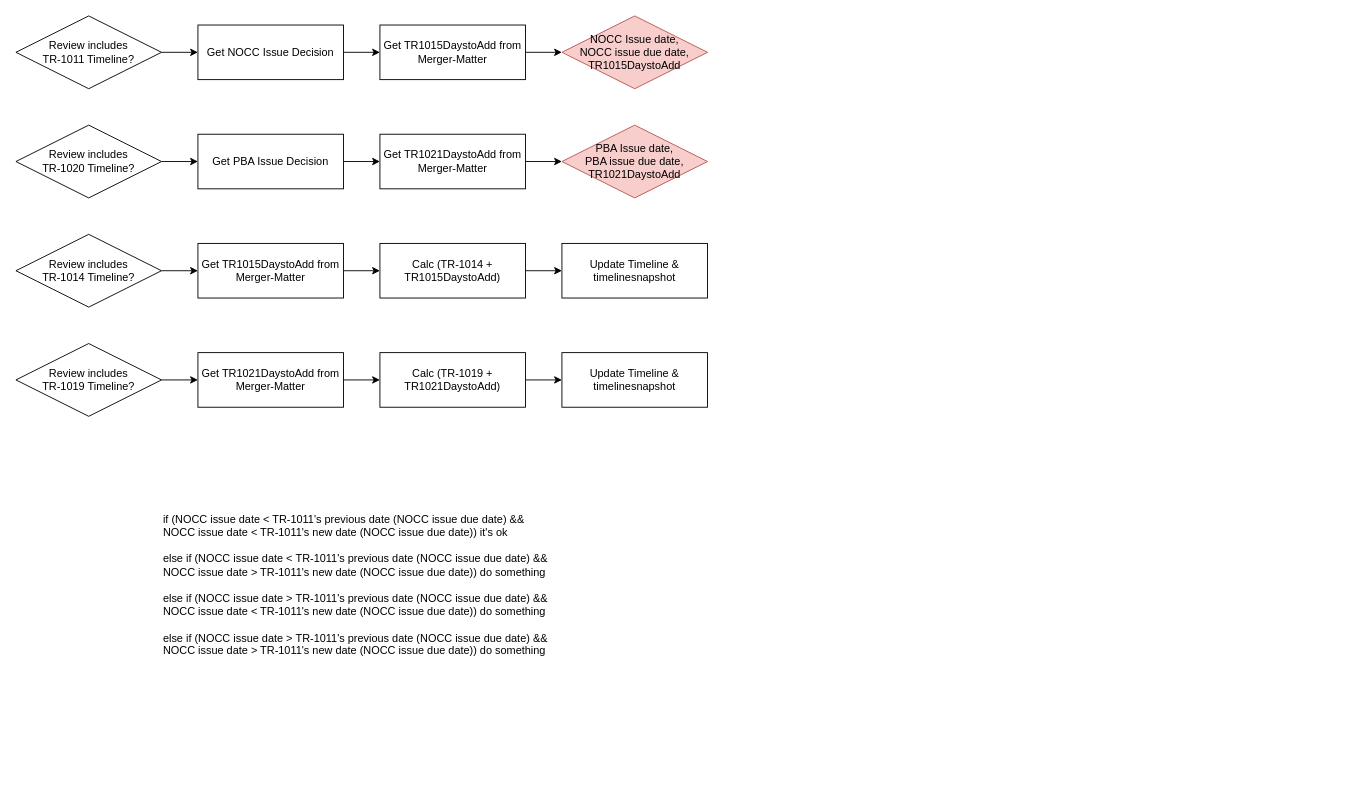
The draw.io diagram page "Review" (20 of 20) of Merger.drawio in danieldotskc/helloworld, before the edit. Source tidied: cells renumbered, new cells numbered last; positions are measured from the earlier drawing's top-left corner, leaving out a move shared by most shapes. Both pictures are drawn from the tidied source at 91%, with x=0, y=0 at pixel (15, 15).
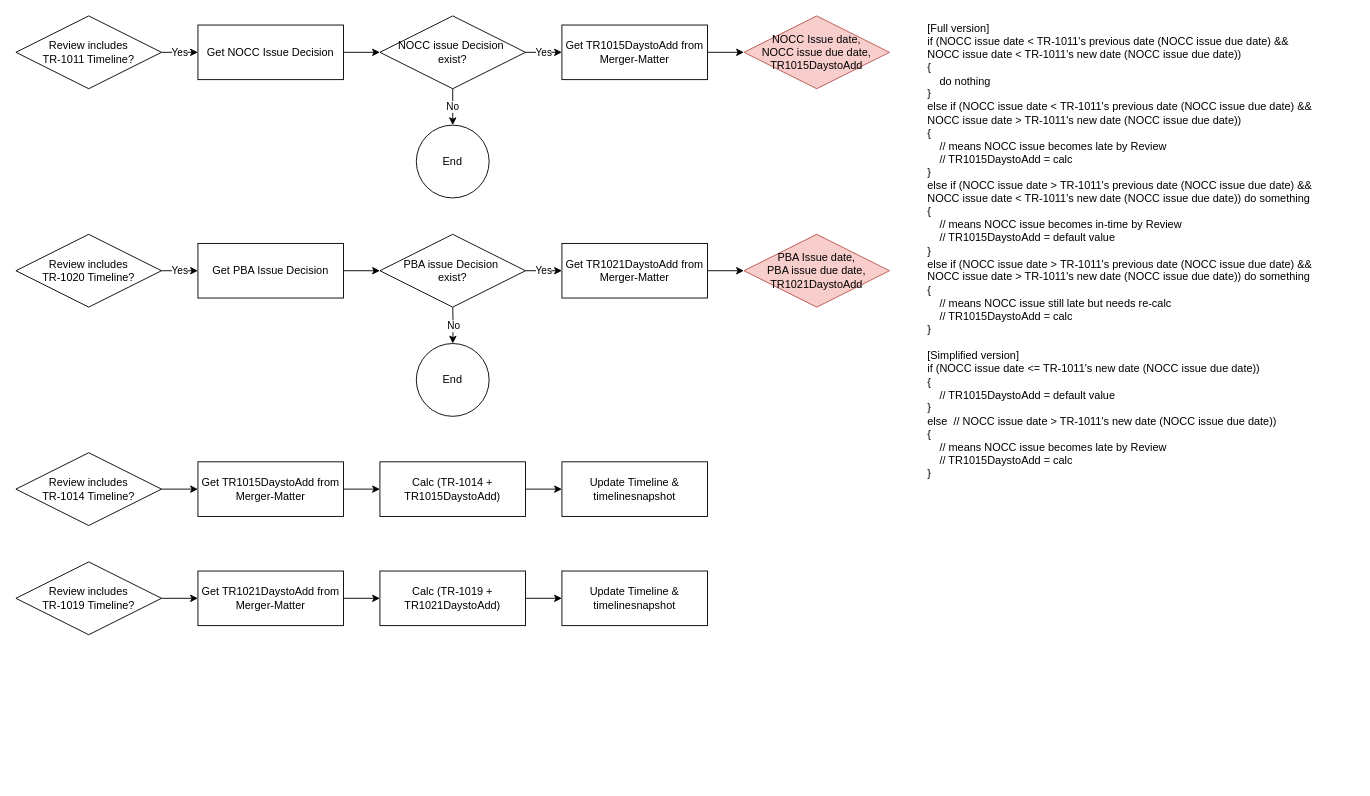
The same page after the edit.

The change refers to these unchanged cells:
```xml
<mxCell id="3" value="Review includes&lt;div&gt;TR-1011 Timeline?&lt;/div&gt;" style="rhombus;whiteSpace=wrap;html=1;" parent="1" vertex="1">
  <mxGeometry width="160" height="80" as="geometry" />
</mxCell>
<mxCell id="8" value="Get NOCC Issue Decision" style="whiteSpace=wrap;html=1;" parent="1" vertex="1">
  <mxGeometry x="200" y="10" width="160" height="60" as="geometry" />
</mxCell>
```

Change to the diagram source:
```diff
@@
-    <mxCell id="2" style="edgeStyle=orthogonalEdgeStyle;rounded=0;jettySize=auto;html=1;entryX=0;entryY=0.5;entryDx=0;entryDy=0;" parent="1" edge="1" source="3" target="8">
+    <mxCell id="2" value="Yes" style="edgeStyle=orthogonalEdgeStyle;rounded=0;jettySize=auto;html=1;entryX=0;entryY=0.5;entryDx=0;entryDy=0;" parent="1" edge="1" source="3" target="8">
       <mxGeometry relative="1" as="geometry" />
     </mxCell>
@@
-    <mxCell id="4" style="edgeStyle=orthogonalEdgeStyle;rounded=0;jettySize=auto;html=1;entryX=0;entryY=0.5;entryDx=0;entryDy=0;" parent="1" edge="1" source="5" target="10">
+    <mxCell id="4" value="Yes" style="edgeStyle=orthogonalEdgeStyle;rounded=0;jettySize=auto;html=1;entryX=0;entryY=0.5;entryDx=0;entryDy=0;" parent="1" edge="1" source="5" target="10">
       <mxGeometry relative="1" as="geometry" />
     </mxCell>
     <mxCell id="5" value="Review includes&lt;div&gt;TR-1020 Timeline?&lt;/div&gt;" style="rhombus;whiteSpace=wrap;html=1;" parent="1" vertex="1">
-      <mxGeometry y="120" width="160" height="80" as="geometry" />
+      <mxGeometry y="240" width="160" height="80" as="geometry" />
     </mxCell>
     <mxCell id="6" value="Review includes&lt;div&gt;TR-1014 Timeline?&lt;/div&gt;" style="rhombus;whiteSpace=wrap;html=1;" parent="1" vertex="1">
-      <mxGeometry y="240" width="160" height="80" as="geometry" />
+      <mxGeometry y="480" width="160" height="80" as="geometry" />
     </mxCell>
     <mxCell id="7" value="Review includes&lt;div&gt;TR-1019 Timeline?&lt;/div&gt;" style="rhombus;whiteSpace=wrap;html=1;" parent="1" vertex="1">
-      <mxGeometry y="360" width="160" height="80" as="geometry" />
+      <mxGeometry y="600" width="160" height="80" as="geometry" />
     </mxCell>
@@
-    <mxCell id="9" style="edgeStyle=orthogonalEdgeStyle;rounded=0;jettySize=auto;html=1;" parent="1" edge="1" source="10" target="14">
+    <mxCell id="9" style="edgeStyle=orthogonalEdgeStyle;rounded=0;jettySize=auto;html=1;entryX=0;entryY=0.5;entryDx=0;entryDy=0;" parent="1" edge="1" source="10" target="33">
       <mxGeometry relative="1" as="geometry" />
     </mxCell>
     <mxCell id="10" value="Get PBA Issue Decision" style="whiteSpace=wrap;html=1;" parent="1" vertex="1">
-      <mxGeometry x="200" y="130" width="160" height="60" as="geometry" />
+      <mxGeometry x="200" y="250" width="160" height="60" as="geometry" />
     </mxCell>
@@
     <mxCell id="12" value="Get TR1015DaystoAdd from Merger-Matter" style="whiteSpace=wrap;html=1;" parent="1" vertex="1">
-      <mxGeometry x="200" y="250" width="160" height="60" as="geometry" />
+      <mxGeometry x="200" y="490" width="160" height="60" as="geometry" />
     </mxCell>
@@
     <mxCell id="14" value="Get TR1021DaystoAdd from Merger-Matter" style="whiteSpace=wrap;html=1;" parent="1" vertex="1">
-      <mxGeometry x="400" y="130" width="160" height="60" as="geometry" />
+      <mxGeometry x="600" y="250" width="160" height="60" as="geometry" />
     </mxCell>
     <mxCell id="15" value="NOCC Issue date,&lt;div&gt;NOCC issue due date,&lt;/div&gt;&lt;div&gt;TR1015DaystoAdd&lt;/div&gt;" style="rhombus;whiteSpace=wrap;html=1;fillColor=#f8cecc;strokeColor=#b85450;" parent="1" vertex="1">
-      <mxGeometry x="600" width="160" height="80" as="geometry" />
+      <mxGeometry x="800" width="160" height="80" as="geometry" />
     </mxCell>
     <mxCell id="16" value="PBA Issue date,&lt;div&gt;PBA issue due date,&lt;/div&gt;&lt;div&gt;TR1021DaystoAdd&lt;/div&gt;" style="rhombus;whiteSpace=wrap;html=1;fillColor=#f8cecc;strokeColor=#b85450;" parent="1" vertex="1">
-      <mxGeometry x="600" y="120" width="160" height="80" as="geometry" />
+      <mxGeometry x="800" y="240" width="160" height="80" as="geometry" />
     </mxCell>
     <mxCell id="17" value="Get TR1015DaystoAdd from Merger-Matter" style="whiteSpace=wrap;html=1;" parent="1" vertex="1">
-      <mxGeometry x="400" y="10" width="160" height="60" as="geometry" />
+      <mxGeometry x="600" y="10" width="160" height="60" as="geometry" />
     </mxCell>
@@
-    <mxCell id="19" style="edgeStyle=orthogonalEdgeStyle;rounded=0;jettySize=auto;html=1;exitX=1;exitY=0.5;exitDx=0;exitDy=0;entryX=0;entryY=0.5;entryDx=0;entryDy=0;" parent="1" edge="1" source="8" target="17">
+    <mxCell id="19" style="edgeStyle=orthogonalEdgeStyle;rounded=0;jettySize=auto;html=1;exitX=1;exitY=0.5;exitDx=0;exitDy=0;entryX=0;entryY=0.5;entryDx=0;entryDy=0;" parent="1" edge="1" source="8" target="31">
       <mxGeometry relative="1" as="geometry" />
     </mxCell>
@@
     <mxCell id="22" value="Calc (TR-1014 + TR1015DaystoAdd)" style="whiteSpace=wrap;html=1;" parent="1" vertex="1">
-      <mxGeometry x="400" y="250" width="160" height="60" as="geometry" />
+      <mxGeometry x="400" y="490" width="160" height="60" as="geometry" />
     </mxCell>
     <mxCell id="23" value="Update Timeline &amp;amp; timelinesnapshot" style="whiteSpace=wrap;html=1;" parent="1" vertex="1">
-      <mxGeometry x="600" y="250" width="160" height="60" as="geometry" />
+      <mxGeometry x="600" y="490" width="160" height="60" as="geometry" />
     </mxCell>
@@
     <mxCell id="25" value="Get TR1021DaystoAdd from Merger-Matter" style="whiteSpace=wrap;html=1;" parent="1" vertex="1">
-      <mxGeometry x="200" y="370" width="160" height="60" as="geometry" />
+      <mxGeometry x="200" y="610" width="160" height="60" as="geometry" />
     </mxCell>
@@
     <mxCell id="28" value="Calc (TR-1019 + TR1021DaystoAdd)" style="whiteSpace=wrap;html=1;" parent="1" vertex="1">
-      <mxGeometry x="400" y="370" width="160" height="60" as="geometry" />
+      <mxGeometry x="400" y="610" width="160" height="60" as="geometry" />
     </mxCell>
     <mxCell id="29" value="Update Timeline &amp;amp; timelinesnapshot" style="whiteSpace=wrap;html=1;" parent="1" vertex="1">
-      <mxGeometry x="600" y="370" width="160" height="60" as="geometry" />
+      <mxGeometry x="600" y="610" width="160" height="60" as="geometry" />
     </mxCell>
-    <mxCell id="30" value="if (NOCC issue date &amp;lt; TR-1011's previous date (NOCC issue due date) &amp;amp;&amp;amp;&lt;div&gt;NOCC issue date &amp;lt; TR-1011's new date (NOCC issue due date)) it's ok&lt;/div&gt;&lt;div&gt;&lt;br&gt;&lt;/div&gt;&lt;div&gt;else if (&lt;span style=&quot;background-color: transparent; color: light-dark(rgb(0, 0, 0), rgb(255, 255, 255));&quot;&gt;NOCC issue date &amp;lt;&amp;nbsp;&lt;/span&gt;&lt;span style=&quot;background-color: transparent; color: light-dark(rgb(0, 0, 0), rgb(255, 255, 255));&quot;&gt;TR-1011's previous date (NOCC issue due date) &amp;amp;&amp;amp;&lt;/span&gt;&lt;/div&gt;&lt;div&gt;NOCC issue date &amp;gt; TR-1011's new date (NOCC issue due date)) do something&lt;/div&gt;&lt;div&gt;&lt;br&gt;&lt;/div&gt;&lt;div&gt;&lt;div&gt;else if (&lt;span style=&quot;background-color: transparent; color: light-dark(rgb(0, 0, 0), rgb(255, 255, 255));&quot;&gt;NOCC issue date &amp;gt;&amp;nbsp;&lt;/span&gt;&lt;span style=&quot;background-color: transparent; color: light-dark(rgb(0, 0, 0), rgb(255, 255, 255));&quot;&gt;TR-1011's previous date (NOCC issue due date) &amp;amp;&amp;amp;&lt;/span&gt;&lt;/div&gt;&lt;div&gt;NOCC issue date &amp;lt; TR-1011's new date (NOCC issue due date)) do something&lt;/div&gt;&lt;/div&gt;&lt;div&gt;&lt;br&gt;&lt;/div&gt;&lt;div&gt;&lt;div&gt;else if (&lt;span style=&quot;background-color: transparent; color: light-dark(rgb(0, 0, 0), rgb(255, 255, 255));&quot;&gt;NOCC issue date &amp;gt;&amp;nbsp;&lt;/span&gt;&lt;span style=&quot;background-color: transparent; color: light-dark(rgb(0, 0, 0), rgb(255, 255, 255));&quot;&gt;TR-1011's previous date (NOCC issue due date) &amp;amp;&amp;amp;&lt;/span&gt;&lt;/div&gt;&lt;div&gt;NOCC issue date &amp;gt; TR-1011's new date (NOCC issue due date)) do something&lt;/div&gt;&lt;/div&gt;" style="text;html=1;align=left;verticalAlign=top;whiteSpace=wrap;rounded=0;" parent="1" vertex="1">
-      <mxGeometry x="160" y="540" width="470" height="300" as="geometry" />
+    <mxCell id="30" value="&lt;div&gt;[Full version]&lt;/div&gt;if (NOCC issue date &amp;lt; TR-1011's previous date (NOCC issue due date) &amp;amp;&amp;amp;&lt;div&gt;NOCC issue date &amp;lt; TR-1011's new date (NOCC issue due date))&lt;/div&gt;&lt;div&gt;{&amp;nbsp;&lt;/div&gt;&lt;div&gt;&amp;nbsp; &amp;nbsp; do nothing&lt;/div&gt;&lt;div&gt;}&lt;/div&gt;&lt;div&gt;else if (&lt;span style=&quot;background-color: transparent; color: light-dark(rgb(0, 0, 0), rgb(255, 255, 255));&quot;&gt;NOCC issue date &amp;lt;&amp;nbsp;&lt;/span&gt;&lt;span style=&quot;background-color: transparent; color: light-dark(rgb(0, 0, 0), rgb(255, 255, 255));&quot;&gt;TR-1011's previous date (NOCC issue due date) &amp;amp;&amp;amp;&lt;/span&gt;&lt;/div&gt;&lt;div&gt;NOCC issue date &amp;gt; TR-1011's new date (NOCC issue due date))&amp;nbsp;&lt;/div&gt;&lt;div&gt;{&lt;/div&gt;&lt;div&gt;&amp;nbsp; &amp;nbsp; // means NOCC issue becomes late by Review&lt;/div&gt;&lt;div&gt;&amp;nbsp; &amp;nbsp; // TR1015DaystoAdd = calc&lt;/div&gt;&lt;div&gt;}&lt;/div&gt;&lt;div&gt;&lt;div&gt;else if (&lt;span style=&quot;background-color: transparent; color: light-dark(rgb(0, 0, 0), rgb(255, 255, 255));&quot;&gt;NOCC issue date &amp;gt;&amp;nbsp;&lt;/span&gt;&lt;span style=&quot;background-color: transparent; color: light-dark(rgb(0, 0, 0), rgb(255, 255, 255));&quot;&gt;TR-1011's previous date (NOCC issue due date) &amp;amp;&amp;amp;&lt;/span&gt;&lt;/div&gt;&lt;div&gt;NOCC issue date &amp;lt; TR-1011's new date (NOCC issue due date)) do something&lt;/div&gt;&lt;/div&gt;&lt;div&gt;&lt;div&gt;{&lt;/div&gt;&lt;div&gt;&amp;nbsp; &amp;nbsp; // means NOCC issue becomes in-time by Review&lt;/div&gt;&lt;div&gt;&amp;nbsp; &amp;nbsp; // TR1015DaystoAdd = default value&lt;/div&gt;&lt;div&gt;}&lt;/div&gt;&lt;div&gt;&lt;/div&gt;&lt;/div&gt;&lt;div&gt;&lt;div&gt;else if (&lt;span style=&quot;background-color: transparent; color: light-dark(rgb(0, 0, 0), rgb(255, 255, 255));&quot;&gt;NOCC issue date &amp;gt;&amp;nbsp;&lt;/span&gt;&lt;span style=&quot;background-color: transparent; color: light-dark(rgb(0, 0, 0), rgb(255, 255, 255));&quot;&gt;TR-1011's previous date (NOCC issue due date) &amp;amp;&amp;amp;&lt;/span&gt;&lt;/div&gt;&lt;div&gt;NOCC issue date &amp;gt; TR-1011's new date (NOCC issue due date)) do something&lt;/div&gt;&lt;/div&gt;&lt;div&gt;{&lt;/div&gt;&lt;div&gt;&amp;nbsp; &amp;nbsp;&amp;nbsp;&lt;span style=&quot;background-color: transparent; color: light-dark(rgb(0, 0, 0), rgb(255, 255, 255));&quot;&gt;// means NOCC issue still late but needs re-calc&lt;/span&gt;&lt;/div&gt;&lt;div&gt;&amp;nbsp; &amp;nbsp; // TR1015DaystoAdd = calc&lt;/div&gt;&lt;div&gt;}&lt;/div&gt;&lt;div&gt;&lt;br&gt;&lt;/div&gt;&lt;div&gt;[Simplified version]&lt;/div&gt;&lt;div&gt;if (&lt;span style=&quot;background-color: transparent; color: light-dark(rgb(0, 0, 0), rgb(255, 255, 255));&quot;&gt;NOCC issue date &amp;lt;= TR-1011's new date (NOCC issue due date))&lt;/span&gt;&lt;div&gt;{&amp;nbsp;&lt;/div&gt;&lt;div&gt;&amp;nbsp; &amp;nbsp;&amp;nbsp;&lt;span style=&quot;background-color: transparent; color: light-dark(rgb(0, 0, 0), rgb(255, 255, 255));&quot;&gt;// TR1015DaystoAdd = default value&lt;/span&gt;&lt;/div&gt;&lt;div&gt;}&lt;/div&gt;&lt;div&gt;else&amp;nbsp; //&amp;nbsp;&lt;span style=&quot;background-color: transparent; color: light-dark(rgb(0, 0, 0), rgb(255, 255, 255));&quot;&gt;NOCC issue date &amp;gt; TR-1011's new date (NOCC issue due date))&amp;nbsp;&lt;/span&gt;&lt;/div&gt;&lt;div&gt;{&lt;/div&gt;&lt;div&gt;&amp;nbsp; &amp;nbsp; // means NOCC issue becomes late by Review&lt;/div&gt;&lt;div&gt;&amp;nbsp; &amp;nbsp; // TR1015DaystoAdd = calc&lt;/div&gt;&lt;div&gt;}&lt;/div&gt;&lt;/div&gt;" style="text;html=1;align=left;verticalAlign=top;whiteSpace=wrap;rounded=0;" parent="1" vertex="1">
+      <mxGeometry x="1000" width="470" height="520" as="geometry" />
     </mxCell>
+    <mxCell id="31" value="NOCC issue Decision&amp;nbsp;&lt;div&gt;exist?&lt;/div&gt;" style="rhombus;whiteSpace=wrap;html=1;" parent="1" vertex="1">
+      <mxGeometry x="400" width="160" height="80" as="geometry" />
+    </mxCell>
+    <mxCell id="32" value="Yes" style="edgeStyle=orthogonalEdgeStyle;rounded=0;jettySize=auto;html=1;exitX=1;exitY=0.5;exitDx=0;exitDy=0;entryX=0;entryY=0.5;entryDx=0;entryDy=0;" parent="1" edge="1" source="31" target="17">
+      <mxGeometry relative="1" as="geometry" />
+    </mxCell>
+    <mxCell id="33" value="PBA issue Decision&amp;nbsp;&lt;div&gt;exist?&lt;/div&gt;" style="rhombus;whiteSpace=wrap;html=1;" parent="1" vertex="1">
+      <mxGeometry x="400" y="240" width="160" height="80" as="geometry" />
+    </mxCell>
+    <mxCell id="34" value="Yes" style="edgeStyle=orthogonalEdgeStyle;rounded=0;jettySize=auto;html=1;exitX=1;exitY=0.5;exitDx=0;exitDy=0;entryX=0;entryY=0.5;entryDx=0;entryDy=0;" parent="1" edge="1" source="33" target="14">
+      <mxGeometry relative="1" as="geometry" />
+    </mxCell>
+    <mxCell id="35" value="End" style="ellipse;whiteSpace=wrap;html=1;" parent="1" vertex="1">
+      <mxGeometry x="440" y="120" width="80" height="80" as="geometry" />
+    </mxCell>
+    <mxCell id="36" value="No" style="edgeStyle=orthogonalEdgeStyle;rounded=0;jettySize=auto;html=1;exitX=0.5;exitY=1;exitDx=0;exitDy=0;" parent="1" edge="1" source="31">
+      <mxGeometry relative="1" as="geometry">
+        <mxPoint x="480" y="120" as="targetPoint" />
+      </mxGeometry>
+    </mxCell>
+    <mxCell id="37" value="End" style="ellipse;whiteSpace=wrap;html=1;" parent="1" vertex="1">
+      <mxGeometry x="440" y="360" width="80" height="80" as="geometry" />
+    </mxCell>
+    <mxCell id="38" value="No" style="edgeStyle=orthogonalEdgeStyle;rounded=0;orthogonalLoop=1;jettySize=auto;html=1;exitX=0.5;exitY=1;exitDx=0;exitDy=0;" parent="1" edge="1">
+      <mxGeometry relative="1" as="geometry">
+        <mxPoint x="480" y="320" as="sourcePoint" />
+        <mxPoint x="480" y="360" as="targetPoint" />
+      </mxGeometry>
+    </mxCell>
```
